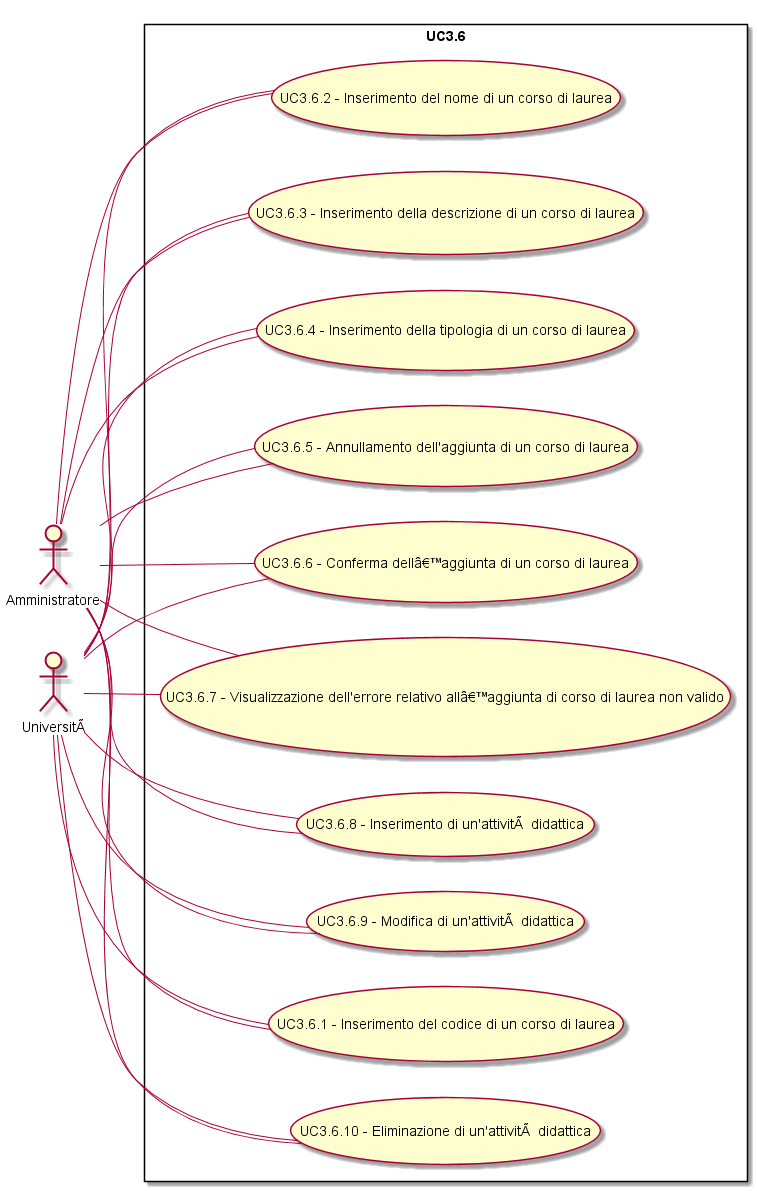
This is Analisi dei requisiti/img/UC3-6.png from SOS-SonsOfSwe/Marvin, a PlantUML export, as it was before one commit.
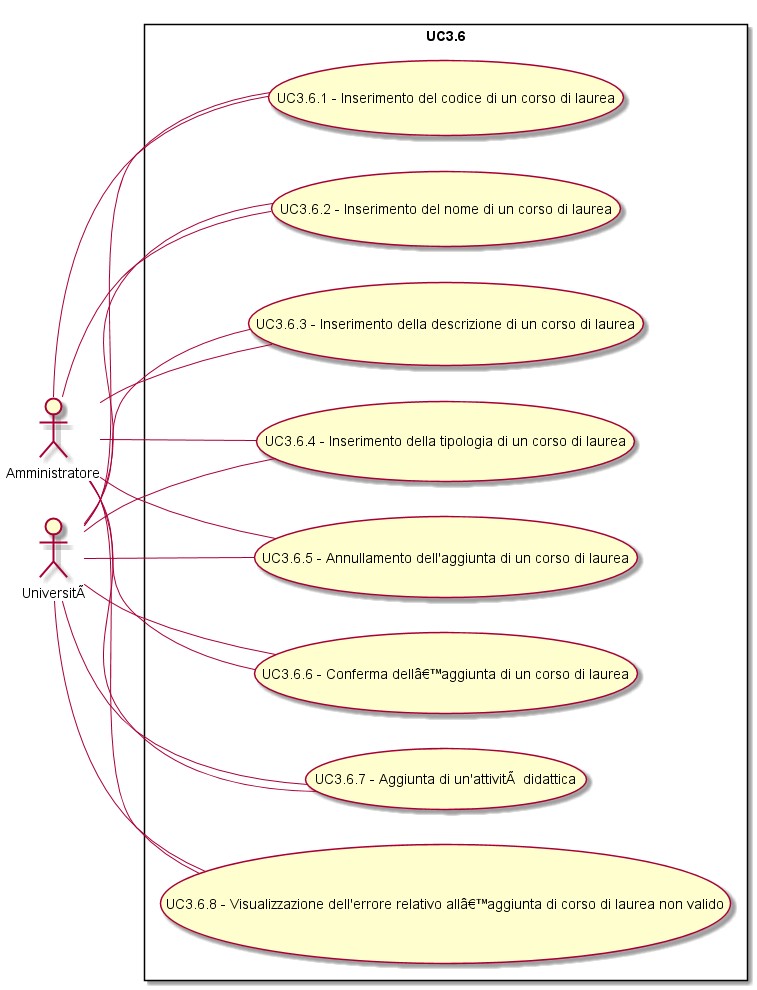
After the change.

Diff of the diagram source:
```diff
@@ -5,24 +5,20 @@
 actor UniversitÃ
 rectangle UC3.6 {
 Amministratore -- (UC3.6.1 - Inserimento del codice di un corso di laurea)
-Amministratore -- (UC3.6.10 - Eliminazione di un'attivitÃ  didattica)
 Amministratore -- (UC3.6.2 - Inserimento del nome di un corso di laurea)
 Amministratore -- (UC3.6.3 - Inserimento della descrizione di un corso di laurea)
 Amministratore -- (UC3.6.4 - Inserimento della tipologia di un corso di laurea)
 Amministratore -- (UC3.6.5 - Annullamento dell'aggiunta di un corso di laurea)
 Amministratore -- (UC3.6.6 - Conferma dellâ??aggiunta di un corso di laurea)
-Amministratore -- (UC3.6.7 - Visualizzazione dell'errore relativo allâ??aggiunta di corso di laurea non valido )
-Amministratore -- (UC3.6.8 - Inserimento di un'attivitÃ  didattica)
-Amministratore -- (UC3.6.9 - Modifica di un'attivitÃ  didattica)
+Amministratore -- (UC3.6.7 - Aggiunta di un'attivitÃ  didattica)
+Amministratore -- (UC3.6.8 - Visualizzazione dell'errore relativo allâ??aggiunta di corso di laurea non valido )
 UniversitÃ  -- (UC3.6.1 - Inserimento del codice di un corso di laurea)
-UniversitÃ  -- (UC3.6.10 - Eliminazione di un'attivitÃ  didattica)
 UniversitÃ  -- (UC3.6.2 - Inserimento del nome di un corso di laurea)
 UniversitÃ  -- (UC3.6.3 - Inserimento della descrizione di un corso di laurea)
 UniversitÃ  -- (UC3.6.4 - Inserimento della tipologia di un corso di laurea)
 UniversitÃ  -- (UC3.6.5 - Annullamento dell'aggiunta di un corso di laurea)
 UniversitÃ  -- (UC3.6.6 - Conferma dellâ??aggiunta di un corso di laurea)
-UniversitÃ  -- (UC3.6.7 - Visualizzazione dell'errore relativo allâ??aggiunta di corso di laurea non valido )
-UniversitÃ  -- (UC3.6.8 - Inserimento di un'attivitÃ  didattica)
-UniversitÃ  -- (UC3.6.9 - Modifica di un'attivitÃ  didattica)
+UniversitÃ  -- (UC3.6.7 - Aggiunta di un'attivitÃ  didattica)
+UniversitÃ  -- (UC3.6.8 - Visualizzazione dell'errore relativo allâ??aggiunta di corso di laurea non valido )
 }
 @enduml
```
